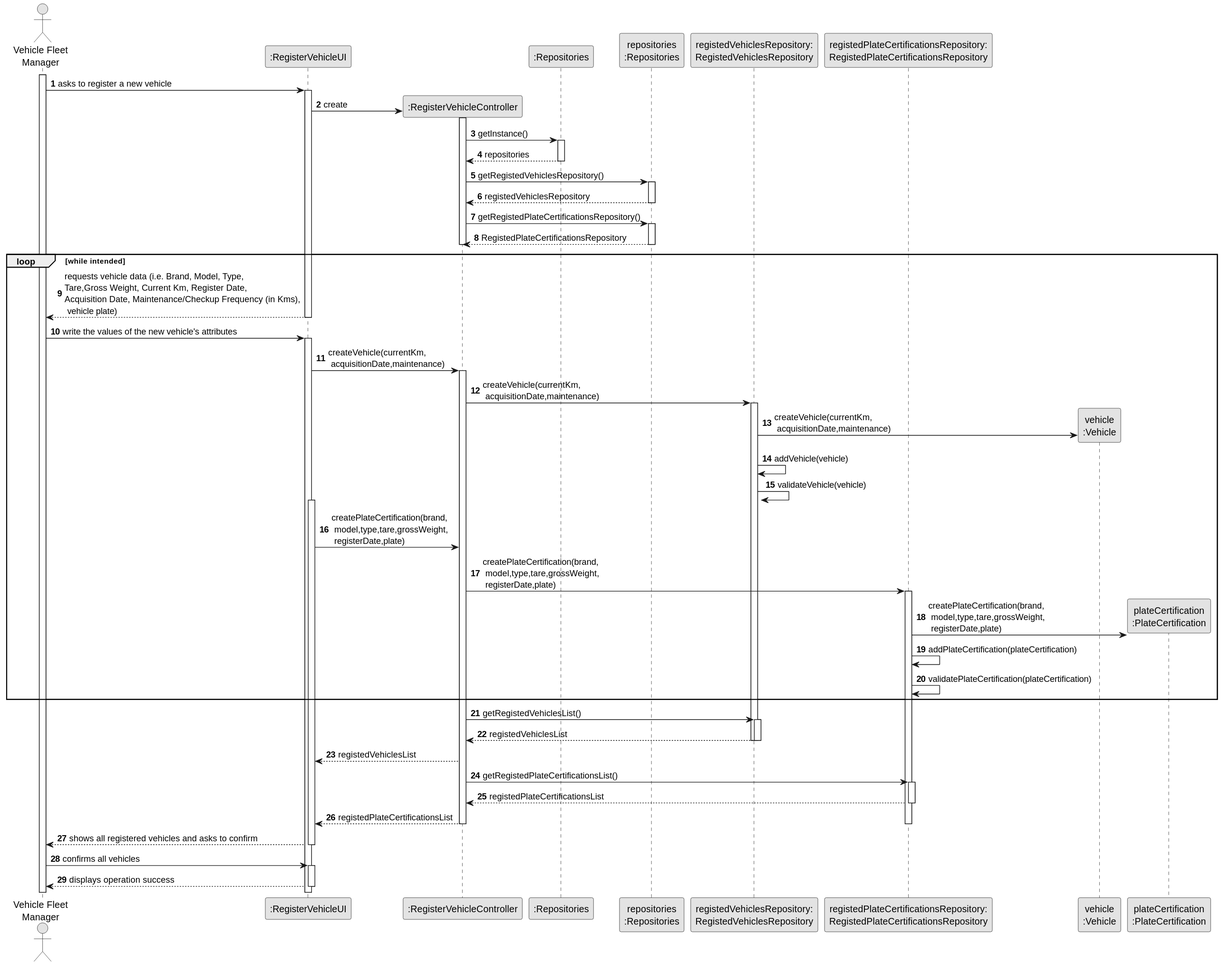
Before: docs/sprint2/us006/03.design/svg/us006-sequence-diagram-full.svg, a diagram exported from PlantUML (1231360-ISEP/lei-24-s2-1db-g021).
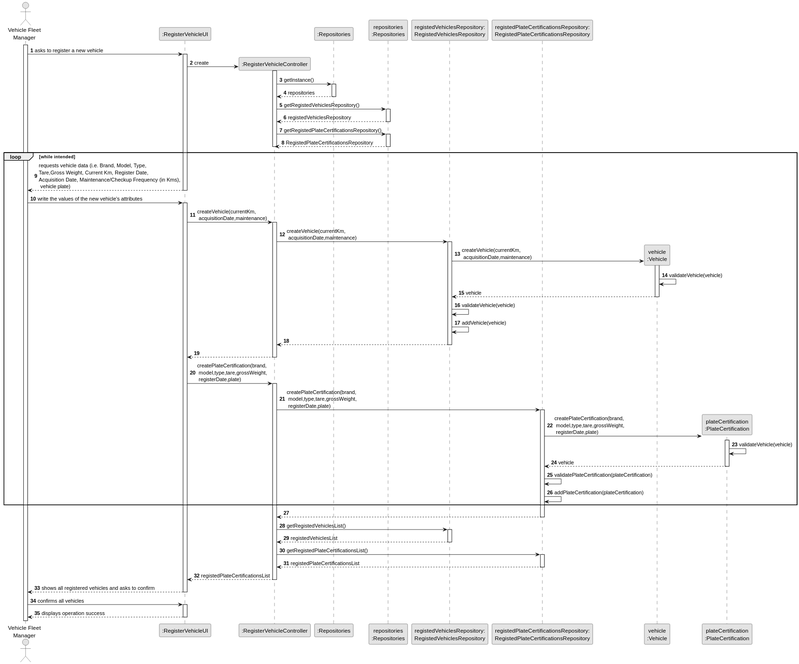
After the change.

Commit message:
Update US06 - Sequence Full Diagram and SVG.

The edit, as a diff of the source:
```diff
@@ -16,84 +16,111 @@
 autonumber 1
 
 activate VFM
-    VFM -> UI : asks to register a new vehicle
 
+        VFM -> UI : asks to register a new vehicle
     activate UI
+
         UI -> CTRL** : create
+    activate CTRL
 
-        activate CTRL
-            CTRL -> RepositorySingleton : getInstance()
+        CTRL -> RepositorySingleton : getInstance()
+    activate RepositorySingleton
 
-            activate RepositorySingleton
-                RepositorySingleton --> CTRL: repositories
-            deactivate RepositorySingleton
+    RepositorySingleton --> CTRL: repositories
+    deactivate RepositorySingleton
 
-            CTRL -> PLAT : getRegistedVehiclesRepository()
+        CTRL -> PLAT : getRegistedVehiclesRepository()
+    activate PLAT
 
-            activate PLAT
-                PLAT --> CTRL: registedVehiclesRepository
-            deactivate PLAT
+    PLAT --> CTRL: registedVehiclesRepository
+    deactivate PLAT
 
-            CTRL -> PLAT : getRegistedPlateCertificationsRepository()
+    CTRL -> PLAT : getRegistedPlateCertificationsRepository()
 
-            activate PLAT
-                PLAT --> CTRL: RegistedPlateCertificationsRepository
-            deactivate PLAT
-        deactivate CTRL
+    activate PLAT
+
+    PLAT --> CTRL: RegistedPlateCertificationsRepository
+    deactivate PLAT
+
+deactivate CTRL
 
     loop while intended
         UI --> VFM : requests vehicle data (i.e. Brand, Model, Type, \nTare,Gross Weight, Current Km, Register Date, \nAcquisition Date, Maintenance/Checkup Frequency (in Kms),\n vehicle plate)
 
     deactivate UI
 
-    VFM -> UI : write the values of the new vehicle's attributes
+        VFM -> UI : write the values of the new vehicle's attributes
+    activate UI
 
-    activate UI
-        UI -> CTRL: createVehicle(currentKm,\n acquisitionDate,maintenance)
+       UI -> CTRL: createVehicle(currentKm,\n acquisitionDate,maintenance)
+    activate CTRL
 
-        activate CTRL
-            CTRL -> RegistedVehiclesRepository : createVehicle(currentKm,\n acquisitionDate,maintenance)
+        CTRL -> RegistedVehiclesRepository : createVehicle(currentKm,\n acquisitionDate,maintenance)
+    activate RegistedVehiclesRepository
 
-            activate RegistedVehiclesRepository
-                RegistedVehiclesRepository -> VEICULO**: createVehicle(currentKm,\n acquisitionDate,maintenance)
-                RegistedVehiclesRepository -> RegistedVehiclesRepository: addVehicle(vehicle)
-                RegistedVehiclesRepository -> RegistedVehiclesRepository: validateVehicle(vehicle)
+        RegistedVehiclesRepository -> VEICULO**: createVehicle(currentKm,\n acquisitionDate,maintenance)
+    activate VEICULO
 
-                activate UI
-                    UI -> CTRL: createPlateCertification(brand,\n model,type,tare,grossWeight,\n registerDate,plate)
-                    CTRL -> RegistedPlateCertificationsRepository : createPlateCertification(brand,\n model,type,tare,grossWeight,\n registerDate,plate)
+        VEICULO -> VEICULO: validateVehicle(vehicle)
 
-                    activate RegistedPlateCertificationsRepository
-                        RegistedPlateCertificationsRepository -> PLATE_CERTIFICATION**: createPlateCertification(brand,\n model,type,tare,grossWeight,\n registerDate,plate)
-                        RegistedPlateCertificationsRepository -> RegistedPlateCertificationsRepository: addPlateCertification(plateCertification)
-                        RegistedPlateCertificationsRepository -> RegistedPlateCertificationsRepository: validatePlateCertification(plateCertification)
+    RegistedVehiclesRepository <-- VEICULO : vehicle
+    deactivate VEICULO
+
+    RegistedVehiclesRepository -> RegistedVehiclesRepository: validateVehicle(vehicle)
+    RegistedVehiclesRepository -> RegistedVehiclesRepository: addVehicle(vehicle)
+
+    CTRL <-- RegistedVehiclesRepository
+    deactivate RegistedVehiclesRepository
+
+    UI <-- CTRL
+
+    deactivate CTRL
+
+    UI -> CTRL: createPlateCertification(brand,\n model,type,tare,grossWeight,\n registerDate,plate)
+
+    activate CTRL
+
+        CTRL -> RegistedPlateCertificationsRepository : createPlateCertification(brand,\n model,type,tare,grossWeight,\n registerDate,plate)
+    activate RegistedPlateCertificationsRepository
+
+    RegistedPlateCertificationsRepository -> PLATE_CERTIFICATION**: createPlateCertification(brand,\n model,type,tare,grossWeight,\n registerDate,plate)
+
+    activate PLATE_CERTIFICATION
+        PLATE_CERTIFICATION -> PLATE_CERTIFICATION: validateVehicle(vehicle)
+
+    RegistedPlateCertificationsRepository <-- PLATE_CERTIFICATION : vehicle
+    deactivate PLATE_CERTIFICATION
+
+    RegistedPlateCertificationsRepository -> RegistedPlateCertificationsRepository: validatePlateCertification(plateCertification)
+    RegistedPlateCertificationsRepository -> RegistedPlateCertificationsRepository: addPlateCertification(plateCertification)
+
     end
 
-                        CTRL -> RegistedVehiclesRepository : getRegistedVehiclesList()
+    CTRL <-- RegistedPlateCertificationsRepository
+    deactivate
 
-                        activate RegistedVehiclesRepository
-                            RegistedVehiclesRepository --> CTRL : registedVehiclesList
-                        deactivate RegistedVehiclesRepository
-                        deactivate RegistedVehiclesRepository
+        CTRL -> RegistedVehiclesRepository : getRegistedVehiclesList()
+    activate RegistedVehiclesRepository
 
-                        CTRL --> UI : registedVehiclesList
-                        CTRL -> RegistedPlateCertificationsRepository : getRegistedPlateCertificationsList()
+    RegistedVehiclesRepository --> CTRL : registedVehiclesList
+    deactivate RegistedVehiclesRepository
 
-                        activate RegistedPlateCertificationsRepository
-                            RegistedPlateCertificationsRepository --> CTRL : registedPlateCertificationsList
-                        deactivate RegistedPlateCertificationsRepository
+        CTRL -> RegistedPlateCertificationsRepository : getRegistedPlateCertificationsList()
+    activate RegistedPlateCertificationsRepository
 
-                        CTRL --> UI : registedPlateCertificationsList
-                        deactivate RegistedPlateCertificationsRepository
-        deactivate CTRL
+    RegistedPlateCertificationsRepository --> CTRL : registedPlateCertificationsList
+    deactivate RegistedPlateCertificationsRepository
 
-        UI --> VFM : shows all registered vehicles and asks to confirm
+    CTRL --> UI : registedPlateCertificationsList
 
+    deactivate CTRL
+
+    UI --> VFM : shows all registered vehicles and asks to confirm
     deactivate UI
 
-    VFM -> UI : confirms all vehicles
+        VFM -> UI : confirms all vehicles
+    activate UI
 
-    activate UI
     UI --> VFM : displays operation success
     deactivate UI
 @enduml
```
